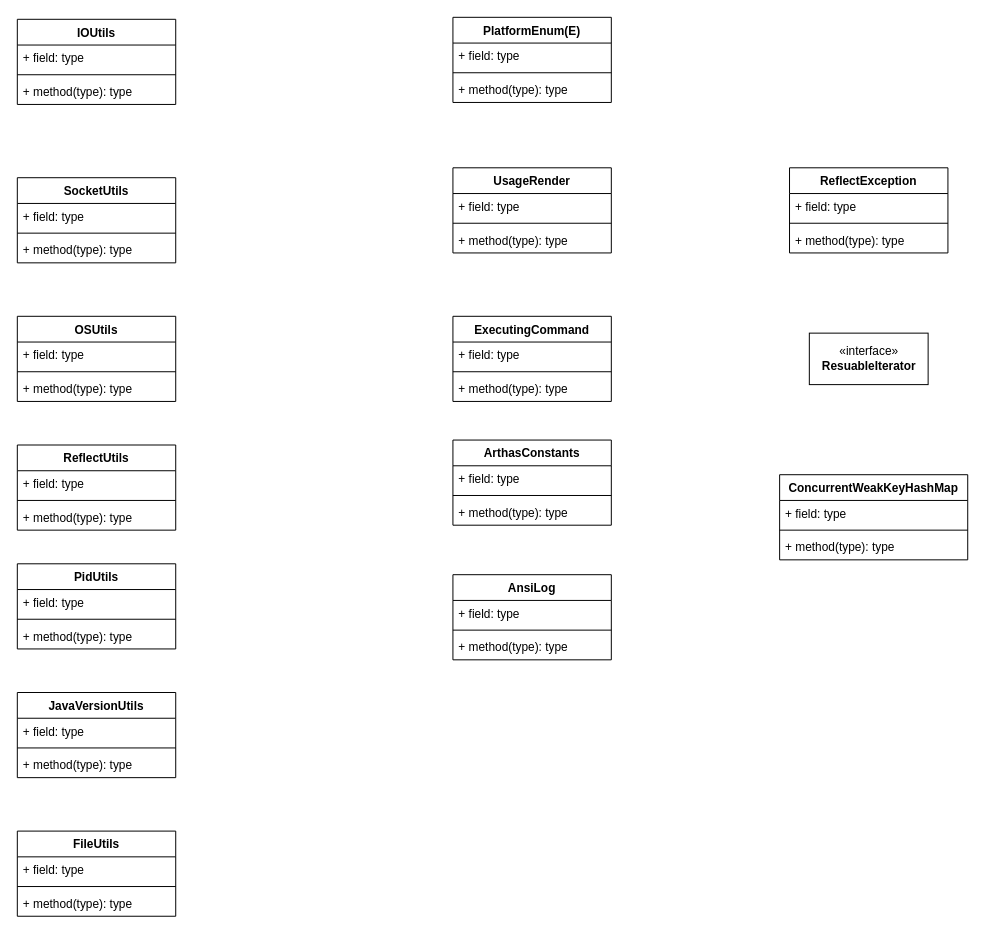
tadsimons/draw keeps this draw.io diagram as page "common" (8 of 14) of arthas.drawio. Above is the earlier version. Source tidied: cells renumbered, new cells numbered last; positions are measured from the earlier drawing's top-left corner, leaving out a move shared by most shapes. Both pictures are drawn from the tidied source at 99%, with x=0, y=0 at pixel (17, 17).
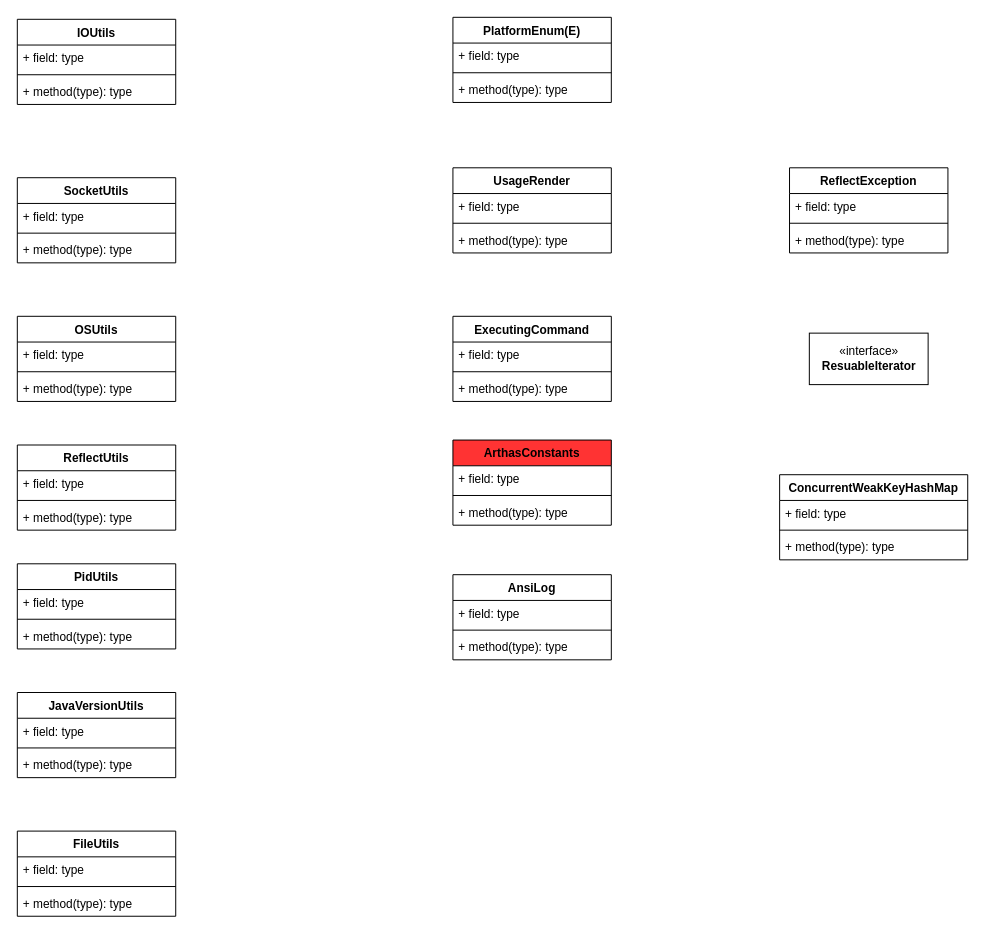
The same page after the edit.

Change to the diagram source:
```diff
@@
-    <mxCell id="42" value="ArthasConstants" style="swimlane;fontStyle=1;align=center;verticalAlign=top;horizontal=1;startSize=26;fillColor=#FFFFFF;" parent="1" vertex="1">
+    <mxCell id="42" value="ArthasConstants" style="swimlane;fontStyle=1;align=center;verticalAlign=top;horizontal=1;startSize=26;fillColor=#FF3333;" parent="1" vertex="1">
       <mxGeometry x="440" y="427" width="160" height="86" as="geometry" />
     </mxCell>
```
